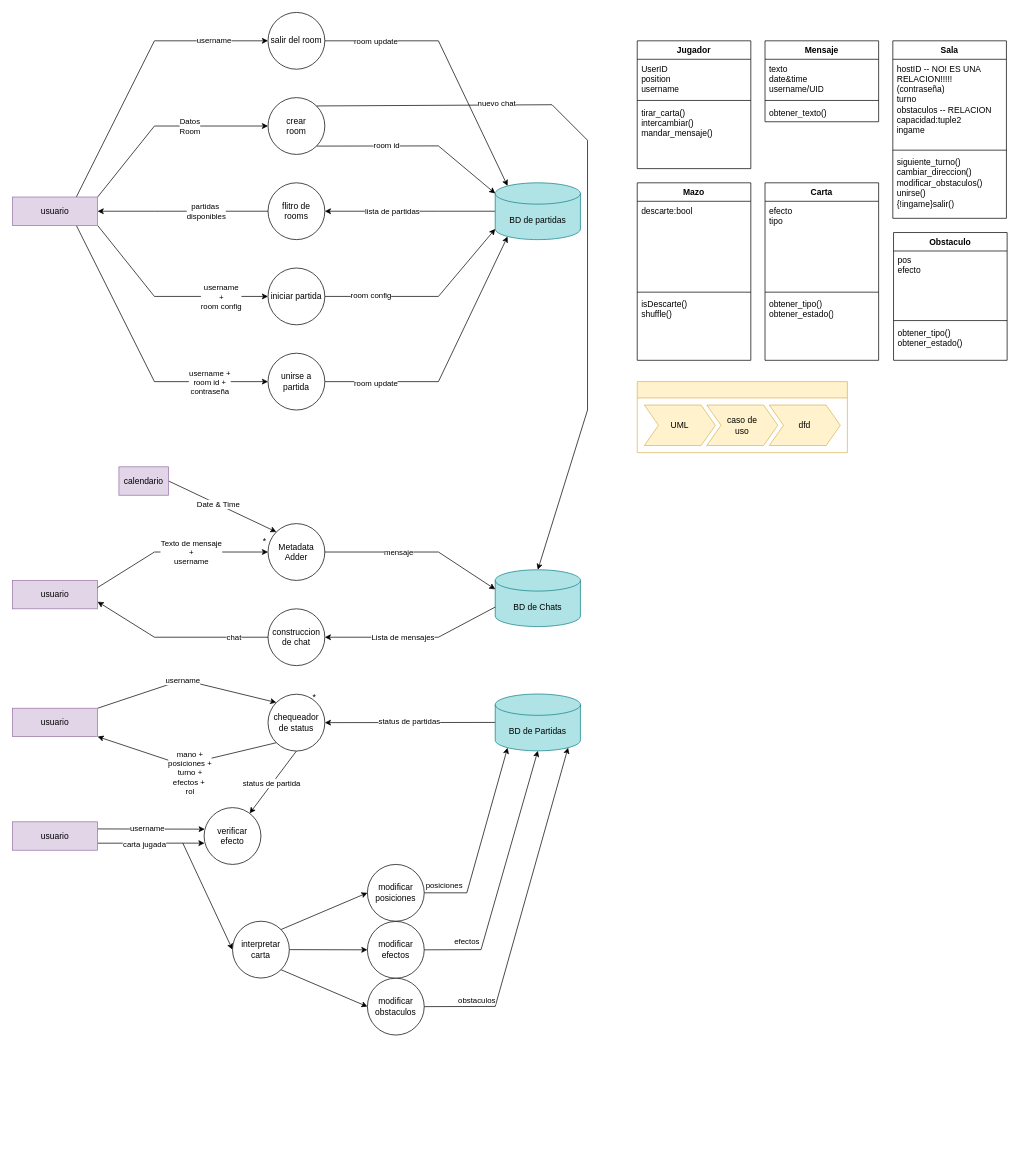
Above: Diagrama sin título.drawio in PedroSalas216/Ingenieria-SW-1 (draw.io), before the change. Source tidied: cells renumbered, new cells numbered last; positions are measured from the earlier drawing's top-left corner, leaving out a move shared by most shapes. Both pictures are drawn from the tidied source at 71%, with x=0, y=0 at pixel (12, 12).
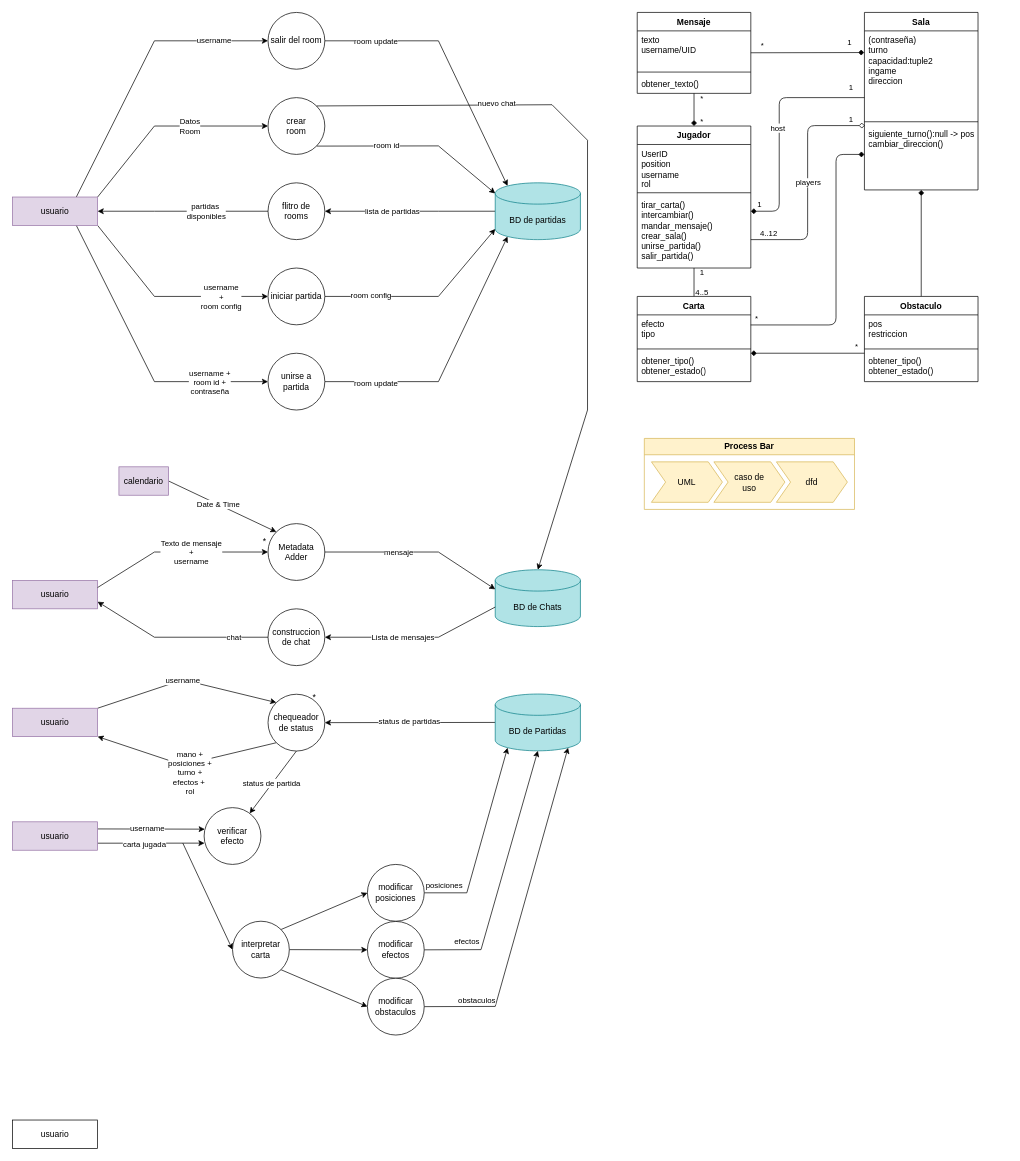
The same diagram, later.

Commit message:
nuevo diagrama de clases

Diff of the diagram source:
```diff
@@
+    <mxCell id="109" style="edgeStyle=none;rounded=0;jettySize=auto;html=1;endArrow=diamond;endFill=1;" parent="1" edge="1" source="84" target="62">
+      <mxGeometry relative="1" as="geometry" />
+    </mxCell>
+    <mxCell id="110" value="*" style="edgeLabel;html=1;align=center;verticalAlign=middle;" parent="109" vertex="1">
+      <mxGeometry x="-0.27" y="-1" relative="1" as="geometry">
+        <mxPoint x="11" y="-11" as="offset" />
+      </mxGeometry>
+    </mxCell>
+    <mxCell id="111" value="*" style="edgeLabel;html=1;align=center;verticalAlign=middle;" parent="109" vertex="1">
+      <mxGeometry x="0.42" y="2" relative="1" as="geometry">
+        <mxPoint x="8" y="6" as="offset" />
+      </mxGeometry>
+    </mxCell>
+    <mxCell id="112" style="edgeStyle=none;rounded=0;jettySize=auto;html=1;endArrow=none;endFill=0;" parent="1" edge="1" source="62" target="96">
+      <mxGeometry relative="1" as="geometry" />
+    </mxCell>
+    <mxCell id="113" value="&lt;div&gt;1&lt;/div&gt;" style="edgeLabel;html=1;align=center;verticalAlign=middle;" parent="112" vertex="1">
+      <mxGeometry x="-0.77" y="-1" relative="1" as="geometry">
+        <mxPoint x="11" as="offset" />
+      </mxGeometry>
+    </mxCell>
+    <mxCell id="114" value="&lt;div&gt;4..5&lt;/div&gt;" style="edgeLabel;html=1;align=center;verticalAlign=middle;" parent="112" vertex="1">
+      <mxGeometry x="0.65" y="-1" relative="1" as="geometry">
+        <mxPoint x="11" as="offset" />
+      </mxGeometry>
+    </mxCell>
     <mxCell id="62" value="Jugador" style="swimlane;fontStyle=1;align=center;verticalAlign=top;horizontal=1;startSize=26;whiteSpace=wrap;html=1;" parent="1" vertex="1">
-      <mxGeometry x="880" y="40" width="160" height="180" as="geometry" />
+      <mxGeometry x="880" y="160" width="160" height="200" as="geometry" />
     </mxCell>
-    <mxCell id="63" value="&lt;div&gt;UserID&lt;/div&gt;&lt;div&gt;position&lt;/div&gt;&lt;div&gt;username&lt;br&gt;&lt;/div&gt;" style="text;strokeColor=none;fillColor=none;align=left;verticalAlign=top;spacingLeft=4;spacingRight=4;overflow=hidden;whiteSpace=wrap;html=1;" parent="62" vertex="1">
-      <mxGeometry y="26" width="160" height="54" as="geometry" />
+    <mxCell id="63" value="&lt;div&gt;UserID&lt;/div&gt;&lt;div&gt;position&lt;/div&gt;&lt;div&gt;username&lt;br&gt;&lt;/div&gt;&lt;div&gt;rol&lt;br&gt;&lt;/div&gt;" style="text;strokeColor=none;fillColor=none;align=left;verticalAlign=top;spacingLeft=4;spacingRight=4;overflow=hidden;whiteSpace=wrap;html=1;" parent="62" vertex="1">
+      <mxGeometry y="26" width="160" height="64" as="geometry" />
     </mxCell>
     <mxCell id="64" style="line;strokeWidth=1;fillColor=none;align=left;verticalAlign=middle;spacingTop=-1;spacingLeft=3;spacingRight=3;labelPosition=right;strokeColor=inherit;" parent="62" vertex="1">
-      <mxGeometry y="80" width="160" height="8" as="geometry" />
+      <mxGeometry y="90" width="160" height="8" as="geometry" />
     </mxCell>
-    <mxCell id="65" value="&lt;div&gt;tirar_carta()&lt;/div&gt;&lt;div&gt;intercambiar()&lt;/div&gt;&lt;div&gt;mandar_mensaje()&lt;br&gt;&lt;/div&gt;" style="text;strokeColor=none;fillColor=none;align=left;verticalAlign=top;spacingLeft=4;spacingRight=4;overflow=hidden;points=[[0,0.5],[1,0.5]];portConstraint=eastwest;whiteSpace=wrap;html=1;" parent="62" vertex="1">
-      <mxGeometry y="88" width="160" height="92" as="geometry" />
+    <mxCell id="65" value="&lt;div&gt;tirar_carta()&lt;/div&gt;&lt;div&gt;intercambiar()&lt;/div&gt;&lt;div&gt;mandar_mensaje()&lt;/div&gt;&lt;div&gt;crear_sala()&lt;/div&gt;&lt;div&gt;&lt;div&gt;unirse_partida()&lt;/div&gt;&lt;div&gt;salir_partida()&lt;/div&gt;&lt;/div&gt;" style="text;strokeColor=none;fillColor=none;align=left;verticalAlign=top;spacingLeft=4;spacingRight=4;overflow=hidden;points=[[0,0.5],[1,0.5]];portConstraint=eastwest;whiteSpace=wrap;html=1;" parent="62" vertex="1">
+      <mxGeometry y="98" width="160" height="102" as="geometry" />
     </mxCell>
@@
     <mxCell id="84" value="Mensaje" style="swimlane;fontStyle=1;align=center;verticalAlign=top;horizontal=1;startSize=26;whiteSpace=wrap;html=1;" parent="1" vertex="1">
-      <mxGeometry x="1060" y="40" width="160" height="114" as="geometry" />
+      <mxGeometry x="880" width="160" height="114" as="geometry" />
     </mxCell>
-    <mxCell id="85" value="&lt;div&gt;texto&lt;/div&gt;&lt;div&gt;date&amp;amp;time&lt;/div&gt;&lt;div&gt;username/UID&lt;br&gt;&lt;/div&gt;" style="text;strokeColor=none;fillColor=none;align=left;verticalAlign=top;spacingLeft=4;spacingRight=4;overflow=hidden;whiteSpace=wrap;html=1;" parent="84" vertex="1">
+    <mxCell id="85" value="&lt;div&gt;texto&lt;/div&gt;&lt;div&gt;username/UID&lt;br&gt;&lt;/div&gt;" style="text;strokeColor=none;fillColor=none;align=left;verticalAlign=top;spacingLeft=4;spacingRight=4;overflow=hidden;whiteSpace=wrap;html=1;" parent="84" vertex="1">
       <mxGeometry y="26" width="160" height="54" as="geometry" />
     </mxCell>
@@
+    <mxCell id="115" style="edgeStyle=orthogonalEdgeStyle;jettySize=auto;html=1;endArrow=diamond;endFill=1;rounded=1;" parent="1" edge="1" source="88" target="62">
+      <mxGeometry relative="1" as="geometry">
+        <Array as="points">
+          <mxPoint x="1080" y="120" />
+          <mxPoint x="1080" y="280" />
+        </Array>
+      </mxGeometry>
+    </mxCell>
+    <mxCell id="116" value="&lt;div&gt;1&lt;/div&gt;" style="edgeLabel;html=1;align=center;verticalAlign=middle;" parent="115" vertex="1">
+      <mxGeometry x="0.84" relative="1" as="geometry">
+        <mxPoint x="-15" y="-10" as="offset" />
+      </mxGeometry>
+    </mxCell>
+    <mxCell id="117" value="&lt;div&gt;1&lt;/div&gt;" style="edgeLabel;html=1;align=center;verticalAlign=middle;" parent="115" vertex="1">
+      <mxGeometry x="-0.91" y="2" relative="1" as="geometry">
+        <mxPoint x="-6" y="-17" as="offset" />
+      </mxGeometry>
+    </mxCell>
+    <mxCell id="118" value="&lt;div&gt;host&lt;/div&gt;" style="edgeLabel;html=1;align=center;verticalAlign=middle;" parent="115" vertex="1">
+      <mxGeometry x="0.01" y="-3" relative="1" as="geometry" />
+    </mxCell>
     <mxCell id="88" value="&lt;div&gt;Sala&lt;/div&gt;" style="swimlane;fontStyle=1;align=center;verticalAlign=top;horizontal=1;startSize=26;whiteSpace=wrap;html=1;" parent="1" vertex="1">
-      <mxGeometry x="1240" y="40" width="160" height="250" as="geometry" />
+      <mxGeometry x="1200" width="160" height="250" as="geometry" />
     </mxCell>
-    <mxCell id="89" value="&lt;div&gt;hostID -- NO! ES UNA RELACION!!!!!&lt;br&gt;&lt;/div&gt;&lt;div&gt;(contraseña)&lt;/div&gt;&lt;div&gt;turno&lt;/div&gt;&lt;div&gt;obstaculos -- RELACION&lt;br&gt;&lt;/div&gt;&lt;div&gt;capacidad:tuple2&lt;/div&gt;&lt;div&gt;ingame&lt;br&gt;&lt;/div&gt;&lt;div&gt;&lt;br&gt;&lt;/div&gt;" style="text;strokeColor=none;fillColor=none;align=left;verticalAlign=top;spacingLeft=4;spacingRight=4;overflow=hidden;points=[[0,0.5],[1,0.5]];portConstraint=eastwest;whiteSpace=wrap;html=1;" parent="88" vertex="1">
+    <mxCell id="89" value="&lt;div&gt;(contraseña)&lt;/div&gt;&lt;div&gt;turno&lt;/div&gt;&lt;div&gt;capacidad:tuple2&lt;/div&gt;&lt;div&gt;ingame&lt;br&gt;&lt;/div&gt;&lt;div&gt;direccion&lt;br&gt;&lt;/div&gt;&lt;div&gt;&lt;br&gt;&lt;/div&gt;" style="text;strokeColor=none;fillColor=none;align=left;verticalAlign=top;spacingLeft=4;spacingRight=4;overflow=hidden;points=[[0,0.5],[1,0.5]];portConstraint=eastwest;whiteSpace=wrap;html=1;" parent="88" vertex="1">
       <mxGeometry y="26" width="160" height="124" as="geometry" />
     </mxCell>
@@
-    <mxCell id="91" value="&lt;div&gt;siguiente_turno()&lt;/div&gt;&lt;div&gt;cambiar_direccion()&lt;/div&gt;&lt;div&gt;modificar_obstaculos()&lt;/div&gt;&lt;div&gt;unirse()&lt;/div&gt;&lt;div&gt;{!ingame}salir()&lt;br&gt;&lt;/div&gt;" style="text;strokeColor=none;fillColor=none;align=left;verticalAlign=top;spacingLeft=4;spacingRight=4;overflow=hidden;points=[[0,0.5],[1,0.5]];portConstraint=eastwest;whiteSpace=wrap;html=1;" parent="88" vertex="1">
+    <mxCell id="91" value="&lt;div&gt;siguiente_turno():null -&amp;gt; pos&lt;/div&gt;&lt;div&gt;cambiar_direccion()&lt;/div&gt;&lt;br&gt;&lt;div&gt;&lt;br&gt;&lt;/div&gt;" style="text;strokeColor=none;fillColor=none;align=left;verticalAlign=top;spacingLeft=4;spacingRight=4;overflow=hidden;points=[[0,0.5],[1,0.5]];portConstraint=eastwest;whiteSpace=wrap;html=1;" parent="88" vertex="1">
       <mxGeometry y="158" width="160" height="92" as="geometry" />
     </mxCell>
-    <mxCell id="92" value="Mazo" style="swimlane;fontStyle=1;align=center;verticalAlign=top;horizontal=1;startSize=26;whiteSpace=wrap;html=1;" parent="1" vertex="1">
-      <mxGeometry x="880" y="240" width="160" height="250" as="geometry" />
-    </mxCell>
-    <mxCell id="93" value="&lt;div&gt;descarte:bool&lt;/div&gt;&lt;div&gt;&lt;br&gt;&lt;/div&gt;" style="text;strokeColor=none;fillColor=none;align=left;verticalAlign=top;spacingLeft=4;spacingRight=4;overflow=hidden;whiteSpace=wrap;html=1;" parent="92" vertex="1">
-      <mxGeometry y="26" width="160" height="124" as="geometry" />
-    </mxCell>
-    <mxCell id="94" style="line;strokeWidth=1;fillColor=none;align=left;verticalAlign=middle;spacingTop=-1;spacingLeft=3;spacingRight=3;labelPosition=right;strokeColor=inherit;" parent="92" vertex="1">
-      <mxGeometry y="150" width="160" height="8" as="geometry" />
-    </mxCell>
-    <mxCell id="95" value="&lt;div&gt;isDescarte()&lt;/div&gt;&lt;div&gt;shuffle()&lt;br&gt;&lt;/div&gt;" style="text;strokeColor=none;fillColor=none;align=left;verticalAlign=top;spacingLeft=4;spacingRight=4;overflow=hidden;whiteSpace=wrap;html=1;" parent="92" vertex="1">
-      <mxGeometry y="158" width="160" height="92" as="geometry" />
-    </mxCell>
+    <mxCell id="119" style="edgeStyle=none;rounded=0;orthogonalLoop=1;jettySize=auto;html=1;endArrow=diamond;endFill=1;" parent="1" edge="1">
+      <mxGeometry relative="1" as="geometry">
+        <mxPoint x="1200" y="480" as="sourcePoint" />
+        <mxPoint x="1040" y="480" as="targetPoint" />
+      </mxGeometry>
+    </mxCell>
+    <mxCell id="120" value="&lt;div&gt;*&lt;/div&gt;" style="edgeLabel;html=1;align=center;verticalAlign=middle;" parent="119" vertex="1">
+      <mxGeometry x="-0.9" y="-1" relative="1" as="geometry">
+        <mxPoint x="-4" y="-9" as="offset" />
+      </mxGeometry>
+    </mxCell>
+    <mxCell id="121" style="edgeStyle=orthogonalEdgeStyle;jettySize=auto;html=1;endArrow=diamond;endFill=1;rounded=1;exitX=0.999;exitY=0.322;exitDx=0;exitDy=0;exitPerimeter=0;" parent="1" edge="1" source="97" target="91">
+      <mxGeometry relative="1" as="geometry">
+        <Array as="points">
+          <mxPoint x="1160" y="440" />
+          <mxPoint x="1160" y="200" />
+        </Array>
+      </mxGeometry>
+    </mxCell>
+    <mxCell id="122" value="&lt;div&gt;*&lt;/div&gt;" style="edgeLabel;html=1;align=center;verticalAlign=middle;" parent="121" vertex="1">
+      <mxGeometry x="-0.96" y="-1" relative="1" as="geometry">
+        <mxPoint y="-11" as="offset" />
+      </mxGeometry>
+    </mxCell>
     <mxCell id="96" value="&lt;div&gt;Carta&lt;/div&gt;" style="swimlane;fontStyle=1;align=center;verticalAlign=top;horizontal=1;startSize=26;whiteSpace=wrap;html=1;" parent="1" vertex="1">
-      <mxGeometry x="1060" y="240" width="160" height="250" as="geometry" />
+      <mxGeometry x="880" y="400" width="160" height="120" as="geometry" />
     </mxCell>
-    <mxCell id="97" value="&lt;div&gt;efecto&lt;/div&gt;&lt;div&gt;tipo &lt;br&gt;&lt;/div&gt;&lt;div&gt;&lt;br&gt;&lt;/div&gt;" style="text;strokeColor=none;fillColor=none;align=left;verticalAlign=top;spacingLeft=4;spacingRight=4;overflow=hidden;points=[[0,0.5],[1,0.5]];portConstraint=eastwest;whiteSpace=wrap;html=1;" parent="96" vertex="1">
-      <mxGeometry y="26" width="160" height="124" as="geometry" />
+    <mxCell id="97" value="&lt;div&gt;efecto&lt;/div&gt;&lt;div&gt;tipo &lt;br&gt;&lt;/div&gt;" style="text;strokeColor=none;fillColor=none;align=left;verticalAlign=top;spacingLeft=4;spacingRight=4;overflow=hidden;points=[[0,0.5],[1,0.5]];portConstraint=eastwest;whiteSpace=wrap;html=1;" parent="96" vertex="1">
+      <mxGeometry y="26" width="160" height="44" as="geometry" />
     </mxCell>
     <mxCell id="98" style="line;strokeWidth=1;fillColor=none;align=left;verticalAlign=middle;spacingTop=-1;spacingLeft=3;spacingRight=3;labelPosition=right;strokeColor=inherit;" parent="96" vertex="1">
-      <mxGeometry y="150" width="160" height="8" as="geometry" />
+      <mxGeometry y="70" width="160" height="8" as="geometry" />
     </mxCell>
     <mxCell id="99" value="&lt;div&gt;obtener_tipo()&lt;/div&gt;&lt;div&gt;obtener_estado()&lt;br&gt;&lt;/div&gt;" style="text;strokeColor=none;fillColor=none;align=left;verticalAlign=top;spacingLeft=4;spacingRight=4;overflow=hidden;whiteSpace=wrap;html=1;" parent="96" vertex="1">
-      <mxGeometry y="158" width="160" height="92" as="geometry" />
+      <mxGeometry y="78" width="160" height="42" as="geometry" />
     </mxCell>
@@
-    <mxCell id="101" value="Obstaculo" style="swimlane;fontStyle=1;align=center;verticalAlign=top;horizontal=1;startSize=26;whiteSpace=wrap;html=1;" parent="1" vertex="1">
-      <mxGeometry x="1241" y="310" width="160" height="180" as="geometry" />
-    </mxCell>
-    <mxCell id="102" value="&lt;div&gt;pos&lt;/div&gt;&lt;div&gt;efecto&lt;br&gt;&lt;/div&gt;" style="text;strokeColor=none;fillColor=none;align=left;verticalAlign=top;spacingLeft=4;spacingRight=4;overflow=hidden;whiteSpace=wrap;html=1;" parent="101" vertex="1">
-      <mxGeometry y="26" width="160" height="94" as="geometry" />
-    </mxCell>
-    <mxCell id="103" style="line;strokeWidth=1;fillColor=none;align=left;verticalAlign=middle;spacingTop=-1;spacingLeft=3;spacingRight=3;labelPosition=right;strokeColor=inherit;" parent="101" vertex="1">
-      <mxGeometry y="120" width="160" height="8" as="geometry" />
-    </mxCell>
-    <mxCell id="104" value="&lt;div&gt;obtener_tipo()&lt;/div&gt;&lt;div&gt;obtener_estado()&lt;br&gt;&lt;/div&gt;" style="text;strokeColor=none;fillColor=none;align=left;verticalAlign=top;spacingLeft=4;spacingRight=4;overflow=hidden;whiteSpace=wrap;html=1;" parent="101" vertex="1">
-      <mxGeometry y="128" width="160" height="52" as="geometry" />
-    </mxCell>
+    <mxCell id="123" style="edgeStyle=none;rounded=0;jettySize=auto;html=1;endArrow=diamond;endFill=1;" parent="1" edge="1" source="101" target="88">
+      <mxGeometry relative="1" as="geometry" />
+    </mxCell>
-    <mxCell id="105" value="&lt;div&gt;&lt;br&gt;&lt;/div&gt;" style="swimlane;horizontal=1;fillColor=#fff2cc;strokeColor=#d6b656;stackBorder=10;align=center;whiteSpace=wrap;html=1;" parent="1" vertex="1">
-      <mxGeometry x="880" y="520" width="296" height="100" as="geometry" />
+    <mxCell id="105" value="Process Bar" style="swimlane;horizontal=1;fillColor=#fff2cc;strokeColor=#d6b656;stackBorder=10;align=center;whiteSpace=wrap;html=1;" parent="1" vertex="1">
+      <mxGeometry x="890" y="600" width="296" height="100" as="geometry" />
     </mxCell>
@@
+    <mxCell id="124" value="&lt;div&gt;usuario&lt;/div&gt;" style="rounded=0;whiteSpace=wrap;html=1;" parent="1" vertex="1">
+      <mxGeometry y="1560" width="120" height="40" as="geometry" />
+    </mxCell>
+    <mxCell id="125" style="edgeStyle=orthogonalEdgeStyle;jettySize=auto;html=1;endArrow=diamond;endFill=0;strokeColor=default;rounded=1;entryX=0.003;entryY=0.015;entryDx=0;entryDy=0;entryPerimeter=0;" parent="1" edge="1" source="65" target="91">
+      <mxGeometry relative="1" as="geometry">
+        <Array as="points">
+          <mxPoint x="1120" y="320" />
+          <mxPoint x="1120" y="159" />
+        </Array>
+      </mxGeometry>
+    </mxCell>
+    <mxCell id="126" value="4..12" style="edgeLabel;html=1;align=center;verticalAlign=middle;" parent="125" vertex="1">
+      <mxGeometry x="-0.94" y="-1" relative="1" as="geometry">
+        <mxPoint x="14" y="-11" as="offset" />
+      </mxGeometry>
+    </mxCell>
+    <mxCell id="127" value="&lt;div&gt;players&lt;/div&gt;" style="edgeLabel;html=1;align=center;verticalAlign=middle;" parent="125" vertex="1">
+      <mxGeometry relative="1" as="geometry" />
+    </mxCell>
+    <mxCell id="128" value="1" style="edgeLabel;html=1;align=center;verticalAlign=middle;" parent="125" vertex="1">
+      <mxGeometry x="0.93" y="-1" relative="1" as="geometry">
+        <mxPoint x="-9" y="-10" as="offset" />
+      </mxGeometry>
+    </mxCell>
+    <mxCell id="129" style="edgeStyle=none;rounded=0;jettySize=auto;html=1;endArrow=diamond;endFill=1;entryX=-0.002;entryY=0.246;entryDx=0;entryDy=0;entryPerimeter=0;" parent="1" edge="1" source="84" target="89">
+      <mxGeometry relative="1" as="geometry" />
+    </mxCell>
+    <mxCell id="130" value="&lt;div&gt;1&lt;/div&gt;" style="edgeLabel;html=1;align=center;verticalAlign=middle;" parent="129" vertex="1">
+      <mxGeometry x="0.82" y="2" relative="1" as="geometry">
+        <mxPoint x="-6" y="-13" as="offset" />
+      </mxGeometry>
+    </mxCell>
+    <mxCell id="131" value="&lt;div&gt;*&lt;/div&gt;" style="edgeLabel;html=1;align=center;verticalAlign=middle;" parent="129" vertex="1">
+      <mxGeometry x="-0.75" y="-1" relative="1" as="geometry">
+        <mxPoint x="-5" y="-11" as="offset" />
+      </mxGeometry>
+    </mxCell>
+    <mxCell id="101" value="&lt;div&gt;Obstaculo&lt;/div&gt;" style="swimlane;fontStyle=1;align=center;verticalAlign=top;horizontal=1;startSize=26;whiteSpace=wrap;html=1;" parent="1" vertex="1">
+      <mxGeometry x="1200" y="400" width="160" height="120" as="geometry" />
+    </mxCell>
+    <mxCell id="132" value="&lt;div&gt;pos&lt;/div&gt;&lt;div&gt;restriccion&lt;br&gt;&lt;/div&gt;" style="text;strokeColor=none;fillColor=none;align=left;verticalAlign=top;spacingLeft=4;spacingRight=4;overflow=hidden;whiteSpace=wrap;html=1;" parent="101" vertex="1">
+      <mxGeometry y="26" width="160" height="44" as="geometry" />
+    </mxCell>
+    <mxCell id="133" style="line;strokeWidth=1;fillColor=none;align=left;verticalAlign=middle;spacingTop=-1;spacingLeft=3;spacingRight=3;labelPosition=right;strokeColor=inherit;" parent="101" vertex="1">
+      <mxGeometry y="70" width="160" height="8" as="geometry" />
+    </mxCell>
+    <mxCell id="104" value="&lt;div&gt;obtener_tipo()&lt;/div&gt;&lt;div&gt;obtener_estado()&lt;br&gt;&lt;/div&gt;" style="text;strokeColor=none;fillColor=none;align=left;verticalAlign=top;spacingLeft=4;spacingRight=4;overflow=hidden;whiteSpace=wrap;html=1;" parent="101" vertex="1">
+      <mxGeometry y="78" width="160" height="42" as="geometry" />
+    </mxCell>
```
